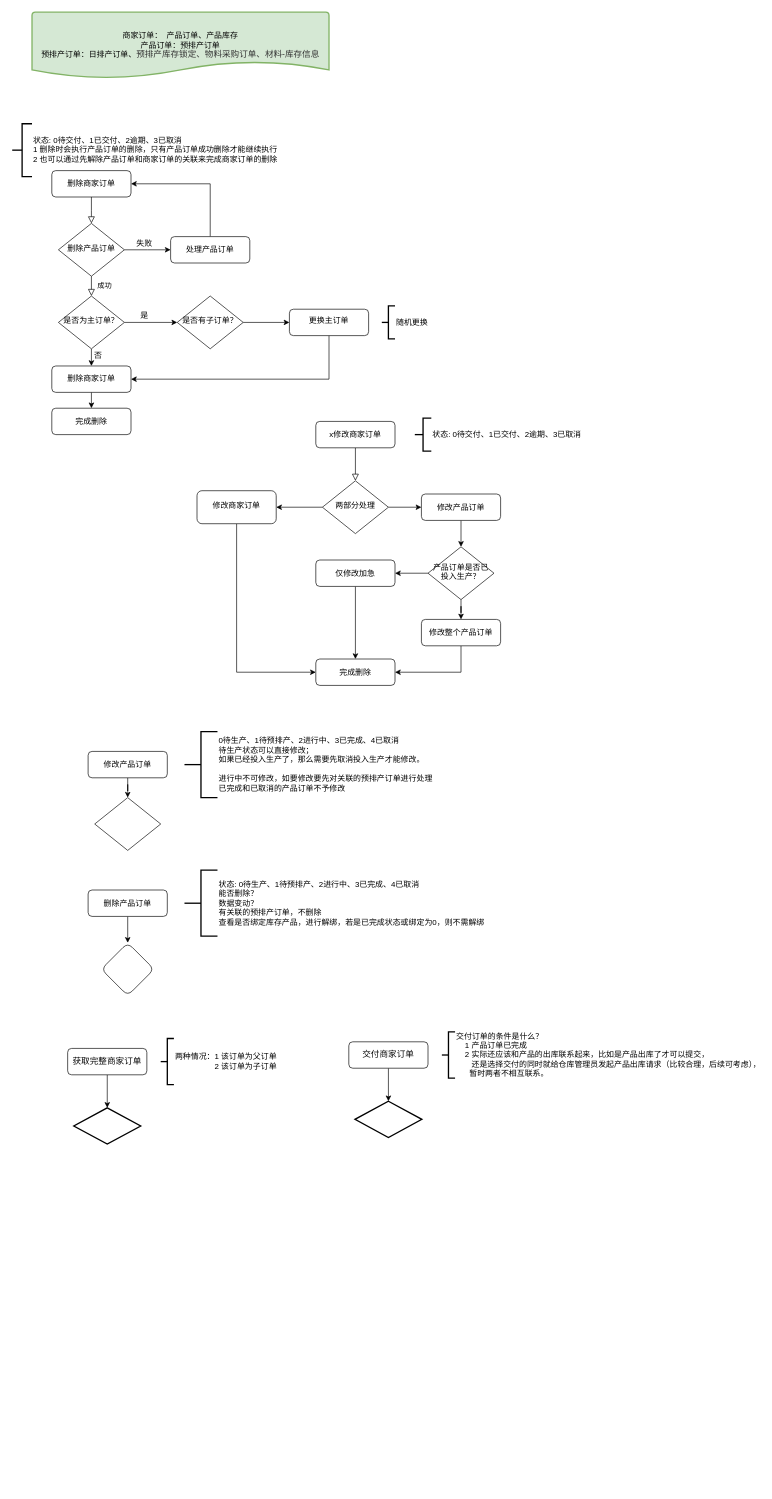
OldQi/first_rpo keeps this draw.io diagram as img/流程图.drawio. Above is the earlier version. Source tidied: cells renumbered, new cells numbered last; positions are measured from the earlier drawing's top-left corner, leaving out a move shared by most shapes. Both pictures are drawn from the tidied source at 66%, with x=0, y=0 at pixel (12, 12).
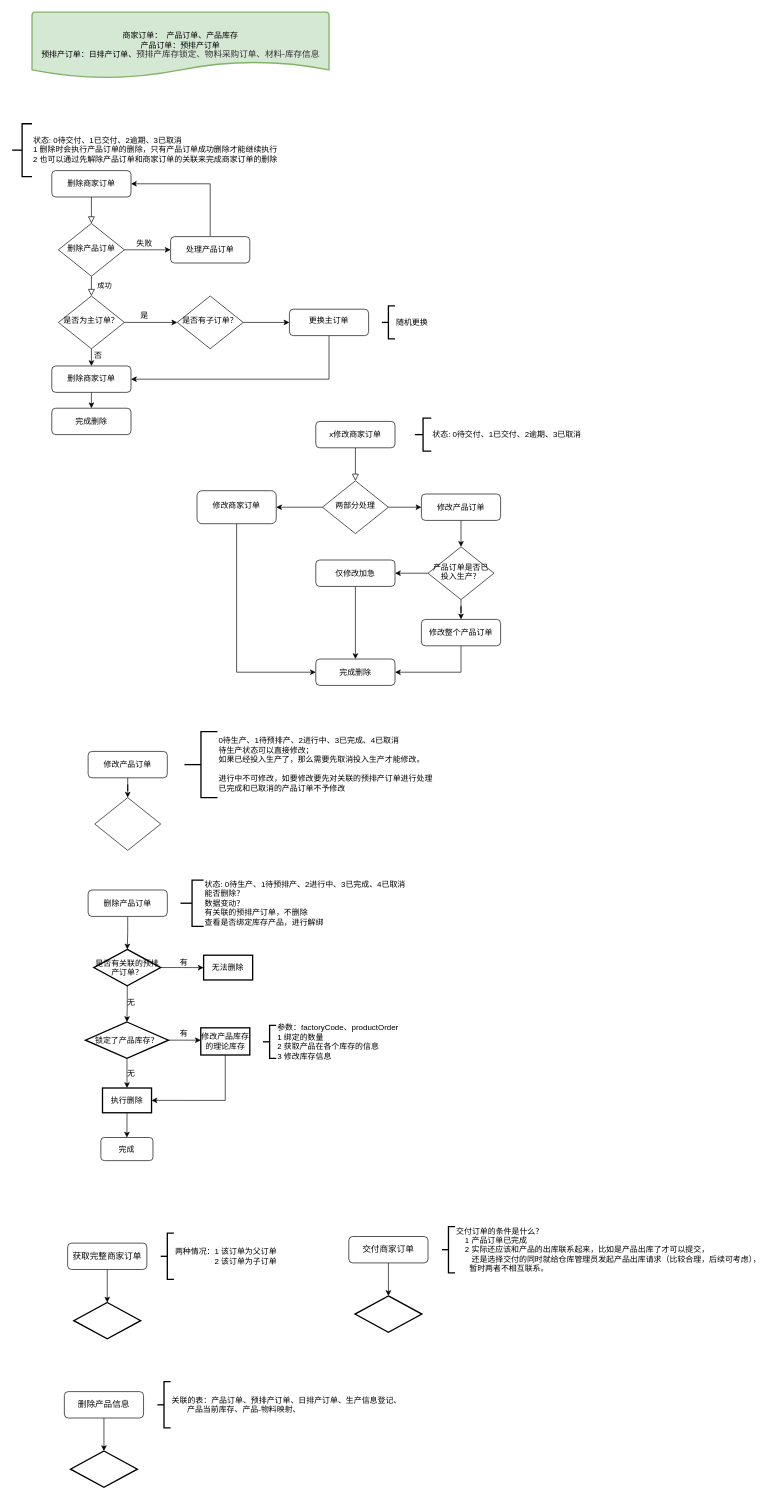
Above is the later version.

Commit message:
更新流程图.drawio

Unchanged cells that the change refers to:
```xml
<mxCell id="30" value="删除产品订单" style="rounded=1;whiteSpace=wrap;html=1;fontSize=12;glass=0;strokeWidth=1;shadow=0;" parent="1" vertex="1">
  <mxGeometry x="115" y="1330" width="120" height="40" as="geometry" />
</mxCell>
```

What changed in the source:
```diff
@@
-    <mxCell id="29" style="edgeStyle=orthogonalEdgeStyle;rounded=0;jettySize=auto;html=1;" parent="1" edge="1" source="30" target="31">
+    <mxCell id="29" style="edgeStyle=orthogonalEdgeStyle;rounded=0;jettySize=auto;html=1;entryX=0.5;entryY=0;entryDx=0;entryDy=0;entryPerimeter=0;" parent="1" edge="1" source="30" target="65">
       <mxGeometry relative="1" as="geometry" />
     </mxCell>
@@
-    <mxCell id="31" style="rhombus;whiteSpace=wrap;html=1;rounded=1;glass=0;strokeWidth=1;shadow=0;" parent="1" vertex="1">
-      <mxGeometry x="135" y="1410" width="80" height="80" as="geometry" />
-    </mxCell>
-    <mxCell id="32" value="状态: 0待生产、1待预排产、2进行中、3已完成、4已取消&lt;br&gt;能否删除？&lt;br&gt;数据变动？&lt;br&gt;有关联的预排产订单，不删除&lt;br&gt;查看是否绑定库存产品，进行解绑，若是已完成状态或绑定为0，则不需解绑" style="strokeWidth=2;html=1;shape=mxgraph.flowchart.annotation_2;align=left;labelPosition=right;" parent="1" vertex="1">
-      <mxGeometry x="261" y="1300" width="50" height="100" as="geometry" />
+    <mxCell id="32" value="状态: 0待生产、1待预排产、2进行中、3已完成、4已取消&lt;br&gt;能否删除？&lt;br&gt;数据变动？&lt;br&gt;有关联的预排产订单，不删除&lt;br&gt;查看是否绑定库存产品，进行解绑" style="strokeWidth=2;html=1;shape=mxgraph.flowchart.annotation_2;align=left;labelPosition=right;" parent="1" vertex="1">
+      <mxGeometry x="255" y="1315" width="35" height="70" as="geometry" />
     </mxCell>
@@
     <mxCell id="52" value="&lt;pre style=&quot;background-color: rgb(255 , 255 , 255)&quot;&gt;&lt;font face=&quot;宋体, monospace&quot;&gt;&lt;font color=&quot;#080808&quot;&gt;&lt;span style=&quot;font-size: 9.8pt&quot;&gt;获取完整商家订单&lt;/span&gt;&lt;/font&gt;&lt;/font&gt;&lt;/pre&gt;" style="rounded=1;whiteSpace=wrap;html=1;fontSize=12;glass=0;strokeWidth=1;shadow=0;" parent="1" vertex="1">
-      <mxGeometry x="84" y="1570" width="120" height="40" as="geometry" />
+      <mxGeometry x="84" y="1865" width="120" height="40" as="geometry" />
     </mxCell>
     <mxCell id="53" value="两种情况：1 该订单为父订单&lt;br&gt;&amp;nbsp; &amp;nbsp; &amp;nbsp; &amp;nbsp; &amp;nbsp; &amp;nbsp; &amp;nbsp; &amp;nbsp; &amp;nbsp; 2 该订单为子订单" style="strokeWidth=2;html=1;shape=mxgraph.flowchart.annotation_2;align=left;labelPosition=right;" parent="1" vertex="1">
-      <mxGeometry x="225" y="1555" width="20" height="70" as="geometry" />
+      <mxGeometry x="225" y="1850" width="20" height="70" as="geometry" />
     </mxCell>
     <mxCell id="54" style="strokeWidth=2;html=1;shape=mxgraph.flowchart.decision;whiteSpace=wrap;" parent="1" vertex="1">
-      <mxGeometry x="93.3" y="1660" width="101.4" height="55" as="geometry" />
+      <mxGeometry x="93.3" y="1955" width="101.4" height="55" as="geometry" />
     </mxCell>
@@
     <mxCell id="56" value="&lt;pre style=&quot;background-color: rgb(255 , 255 , 255)&quot;&gt;&lt;font face=&quot;宋体, monospace&quot;&gt;&lt;font color=&quot;#080808&quot;&gt;&lt;span style=&quot;font-size: 9.8pt&quot;&gt;交付商家订单&lt;/span&gt;&lt;/font&gt;&lt;/font&gt;&lt;/pre&gt;" style="rounded=1;whiteSpace=wrap;html=1;fontSize=12;glass=0;strokeWidth=1;shadow=0;" parent="1" vertex="1">
-      <mxGeometry x="510" y="1560" width="120" height="40" as="geometry" />
+      <mxGeometry x="510" y="1855" width="120" height="40" as="geometry" />
     </mxCell>
     <mxCell id="57" value="交付订单的条件是什么？&lt;br&gt;&amp;nbsp; &amp;nbsp; 1 产品订单已完成&lt;br&gt;&amp;nbsp; &amp;nbsp; 2 实际还应该和产品的出库联系起来，比如是产品出库了才可以提交，&lt;br&gt;&amp;nbsp; &amp;nbsp; &amp;nbsp; &amp;nbsp;还是选择交付的同时就给仓库管理员发起产品出库请求（比较合理，后续可考虑），&lt;br&gt;&amp;nbsp; &amp;nbsp; &amp;nbsp; 暂时两者不相互联系。" style="strokeWidth=2;html=1;shape=mxgraph.flowchart.annotation_2;align=left;labelPosition=right;" parent="1" vertex="1">
-      <mxGeometry x="651" y="1545" width="20" height="70" as="geometry" />
+      <mxGeometry x="651" y="1840" width="20" height="70" as="geometry" />
     </mxCell>
     <mxCell id="58" style="strokeWidth=2;html=1;shape=mxgraph.flowchart.decision;whiteSpace=wrap;" parent="1" vertex="1">
-      <mxGeometry x="519.3" y="1650" width="101.4" height="55" as="geometry" />
+      <mxGeometry x="519.3" y="1945" width="101.4" height="55" as="geometry" />
     </mxCell>
+    <mxCell id="59" style="edgeStyle=orthogonalEdgeStyle;rounded=0;jettySize=auto;html=1;" parent="1" edge="1" source="60" target="62">
+      <mxGeometry relative="1" as="geometry" />
+    </mxCell>
+    <mxCell id="60" value="&lt;pre style=&quot;background-color: rgb(255 , 255 , 255)&quot;&gt;&lt;font face=&quot;宋体, monospace&quot;&gt;&lt;font color=&quot;#080808&quot;&gt;&lt;span style=&quot;font-size: 9.8pt&quot;&gt;删除产品信息&lt;/span&gt;&lt;/font&gt;&lt;/font&gt;&lt;/pre&gt;" style="rounded=1;whiteSpace=wrap;html=1;fontSize=12;glass=0;strokeWidth=1;shadow=0;" parent="1" vertex="1">
+      <mxGeometry x="79" y="2090" width="120" height="40" as="geometry" />
+    </mxCell>
+    <mxCell id="61" value="关联的表：产品订单、预排产订单、日排产订单、生产信息登记、&lt;br&gt;&amp;nbsp; &amp;nbsp; &amp;nbsp; &amp;nbsp;产品当前库存、产品-物料映射、" style="strokeWidth=2;html=1;shape=mxgraph.flowchart.annotation_2;align=left;labelPosition=right;" parent="1" vertex="1">
+      <mxGeometry x="220" y="2075" width="20" height="70" as="geometry" />
+    </mxCell>
+    <mxCell id="62" style="strokeWidth=2;html=1;shape=mxgraph.flowchart.decision;whiteSpace=wrap;" parent="1" vertex="1">
+      <mxGeometry x="88.3" y="2180" width="101.4" height="55" as="geometry" />
+    </mxCell>
+    <mxCell id="63" style="edgeStyle=orthogonalEdgeStyle;rounded=0;jettySize=auto;html=1;" parent="1" edge="1" source="65" target="66">
+      <mxGeometry relative="1" as="geometry" />
+    </mxCell>
+    <mxCell id="64" style="edgeStyle=orthogonalEdgeStyle;rounded=0;jettySize=auto;html=1;entryX=0.5;entryY=0;entryDx=0;entryDy=0;entryPerimeter=0;" parent="1" edge="1" source="65" target="70">
+      <mxGeometry relative="1" as="geometry" />
+    </mxCell>
+    <mxCell id="65" value="是否有关联的预排产订单？" style="strokeWidth=2;html=1;shape=mxgraph.flowchart.decision;whiteSpace=wrap;" parent="1" vertex="1">
+      <mxGeometry x="123.6" y="1420" width="101.4" height="55" as="geometry" />
+    </mxCell>
+    <mxCell id="66" value="无法删除" style="whiteSpace=wrap;html=1;strokeWidth=2;" parent="1" vertex="1">
+      <mxGeometry x="290" y="1428.8" width="74.3" height="37.5" as="geometry" />
+    </mxCell>
+    <mxCell id="67" value="有" style="text;html=1;align=center;verticalAlign=middle;strokeColor=none;fillColor=none;" parent="1" vertex="1">
+      <mxGeometry x="245" y="1430" width="30" height="20" as="geometry" />
+    </mxCell>
+    <mxCell id="68" style="edgeStyle=orthogonalEdgeStyle;rounded=0;jettySize=auto;html=1;entryX=0.5;entryY=0;entryDx=0;entryDy=0;" parent="1" edge="1" source="70" target="73">
+      <mxGeometry relative="1" as="geometry" />
+    </mxCell>
+    <mxCell id="69" style="edgeStyle=orthogonalEdgeStyle;rounded=0;jettySize=auto;html=1;" parent="1" edge="1" source="70" target="76">
+      <mxGeometry relative="1" as="geometry">
+        <Array as="points">
+          <mxPoint x="257" y="1558" />
+          <mxPoint x="276" y="1558" />
+        </Array>
+      </mxGeometry>
+    </mxCell>
+    <mxCell id="70" value="锁定了产品库存？" style="strokeWidth=2;html=1;shape=mxgraph.flowchart.decision;whiteSpace=wrap;" parent="1" vertex="1">
+      <mxGeometry x="111" y="1530" width="125.7" height="55" as="geometry" />
+    </mxCell>
+    <mxCell id="71" value="无" style="text;html=1;align=center;verticalAlign=middle;strokeColor=none;fillColor=none;" parent="1" vertex="1">
+      <mxGeometry x="165" y="1490" width="30" height="20" as="geometry" />
+    </mxCell>
+    <mxCell id="72" style="edgeStyle=orthogonalEdgeStyle;rounded=0;jettySize=auto;html=1;exitX=0.5;exitY=1;exitDx=0;exitDy=0;entryX=0.5;entryY=0;entryDx=0;entryDy=0;" parent="1" edge="1" source="73" target="77">
+      <mxGeometry relative="1" as="geometry" />
+    </mxCell>
+    <mxCell id="73" value="执行删除" style="whiteSpace=wrap;html=1;strokeWidth=2;" parent="1" vertex="1">
+      <mxGeometry x="136.8" y="1630" width="74.3" height="37.5" as="geometry" />
+    </mxCell>
+    <mxCell id="74" value="无" style="text;html=1;align=center;verticalAlign=middle;strokeColor=none;fillColor=none;" parent="1" vertex="1">
+      <mxGeometry x="165" y="1599" width="30" height="20" as="geometry" />
+    </mxCell>
+    <mxCell id="75" style="edgeStyle=orthogonalEdgeStyle;rounded=0;jettySize=auto;html=1;entryX=1;entryY=0.5;entryDx=0;entryDy=0;" parent="1" edge="1" source="76" target="73">
+      <mxGeometry relative="1" as="geometry">
+        <Array as="points">
+          <mxPoint x="323" y="1649" />
+        </Array>
+      </mxGeometry>
+    </mxCell>
+    <mxCell id="76" value="修改产品库存的理论库存" style="whiteSpace=wrap;html=1;strokeWidth=2;" parent="1" vertex="1">
+      <mxGeometry x="285.7" y="1538.8" width="74.3" height="41.2" as="geometry" />
+    </mxCell>
+    <mxCell id="77" value="完成" style="rounded=1;whiteSpace=wrap;html=1;fontSize=12;glass=0;strokeWidth=1;shadow=0;" parent="1" vertex="1">
+      <mxGeometry x="134.3" y="1705" width="79" height="35" as="geometry" />
+    </mxCell>
+    <mxCell id="78" value="参数：factoryCode、productOrder&lt;br&gt;1 绑定的数量&amp;nbsp;&lt;br&gt;2 获取产品在各个库存的信息&amp;nbsp;&lt;br&gt;3 修改库存信息" style="strokeWidth=2;html=1;shape=mxgraph.flowchart.annotation_2;align=left;labelPosition=right;" parent="1" vertex="1">
+      <mxGeometry x="380" y="1535" width="20" height="50" as="geometry" />
+    </mxCell>
+    <mxCell id="79" value="有" style="text;html=1;align=center;verticalAlign=middle;strokeColor=none;fillColor=none;" parent="1" vertex="1">
+      <mxGeometry x="245" y="1538" width="30" height="20" as="geometry" />
+    </mxCell>
```
